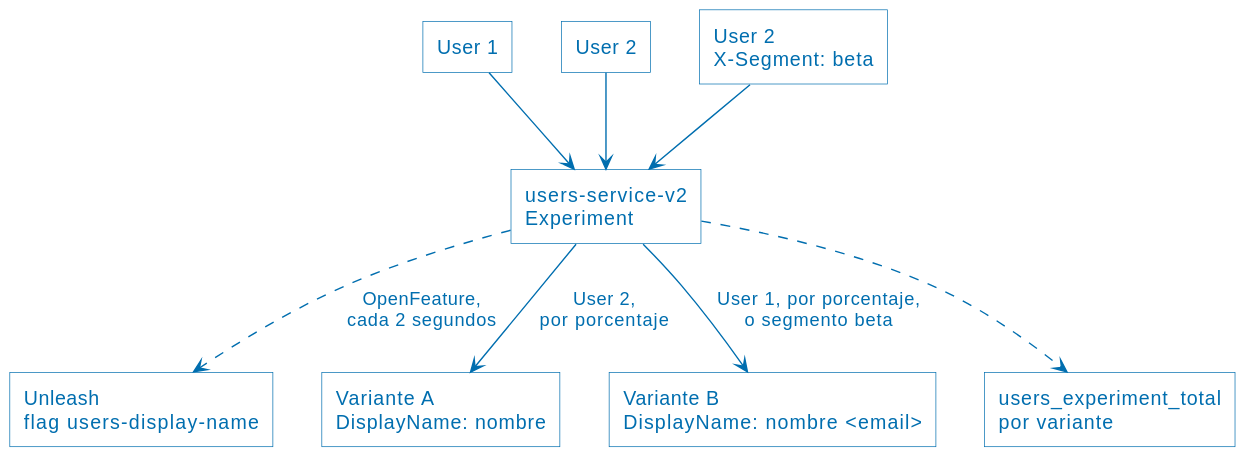
ucudal/ANDIS2_UT4_DEMO1 keeps this PlantUML diagram as assets/30-ab-testing.svg. Above is the earlier version.
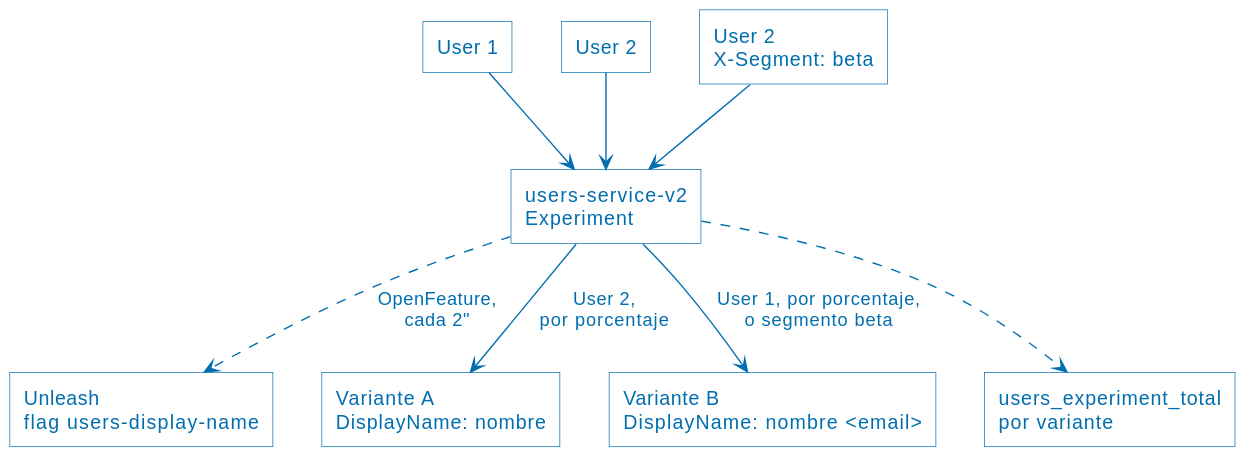
After the commit.

The edit, as a diff of the source:
```diff
@@ -11,7 +11,7 @@
 U1 --> V2
 U2 --> V2
 U3 --> V2
-V2 ..> UL : OpenFeature,\ncada 2 segundos
+V2 ..> UL : OpenFeature,\ncada 2"
 V2 --> A : User 2,\npor porcentaje
 V2 --> B : User 1, por porcentaje,\no segmento beta
 V2 ..> M
```
